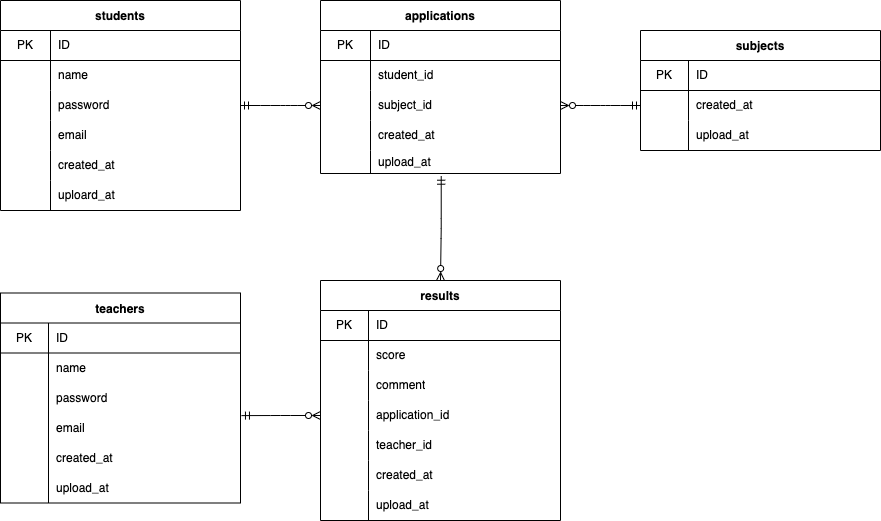
This is index.drawio.png from nishimura87/20220731nishimura, a draw.io export, as it was before one commit. Source tidied: cells renumbered, new cells last; positions are measured from the earlier drawing's top-left corner, leaving out a move shared by most shapes.
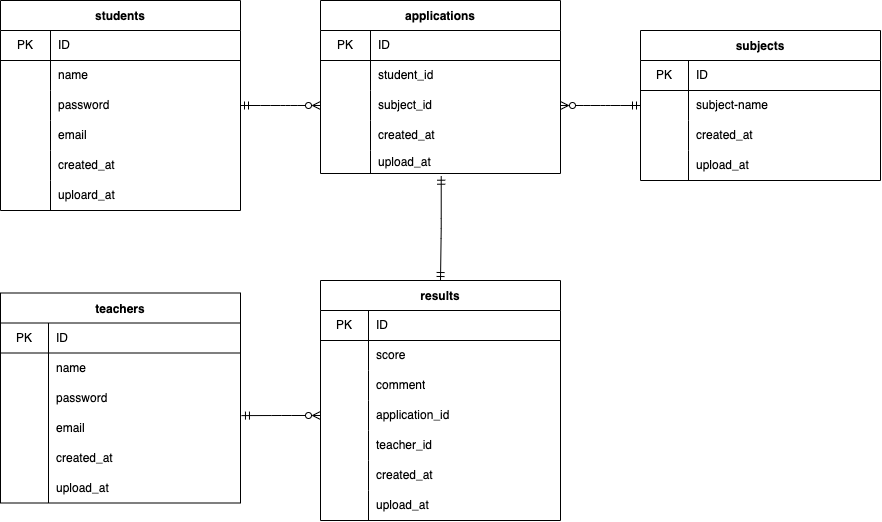
Later version of the same file.

Change to the diagram source:
```diff
@@ -172,7 +172,7 @@
         <mxPoint x="640" y="105" as="targetPoint" />
       </mxGeometry>
     </mxCell>
-    <mxCell id="58" style="edgeStyle=elbowEdgeStyle;html=1;startArrow=ERmandOne;startFill=0;endArrow=ERzeroToMany;endFill=0;exitX=0.503;exitY=1.118;exitDx=0;exitDy=0;exitPerimeter=0;entryX=0.5;entryY=0;entryDx=0;entryDy=0;elbow=vertical;" parent="1" edge="1" source="34" target="59">
+    <mxCell id="58" style="edgeStyle=elbowEdgeStyle;html=1;startArrow=ERmandOne;startFill=0;endArrow=ERmandOne;endFill=0;exitX=0.503;exitY=1.118;exitDx=0;exitDy=0;exitPerimeter=0;entryX=0.5;entryY=0;entryDx=0;entryDy=0;elbow=vertical;" parent="1" edge="1" source="34" target="59">
       <mxGeometry relative="1" as="geometry" />
     </mxCell>
     <mxCell id="59" value="results" style="shape=table;startSize=30;rowLines=0;fontStyle=1;align=center;" parent="1" vertex="1">
@@ -245,7 +245,7 @@
       <mxGeometry relative="1" as="geometry" />
     </mxCell>
     <mxCell id="82" value="subjects" style="shape=table;startSize=30;rowLines=0;fontStyle=1;align=center;" parent="1" vertex="1">
-      <mxGeometry x="640" y="30" width="240" height="120" as="geometry" />
+      <mxGeometry x="640" y="30" width="240" height="150" as="geometry" />
     </mxCell>
     <mxCell id="83" style="shape=partialRectangle;html=1;whiteSpace=wrap;fillColor=none;top=0;left=0;bottom=1;right=0;" parent="82" vertex="1">
       <mxGeometry y="30" width="240" height="30" as="geometry" />
@@ -256,8 +256,17 @@
     <mxCell id="85" value="ID" style="shape=partialRectangle;html=1;whiteSpace=wrap;fillColor=none;top=0;left=0;bottom=0;right=0;align=left;spacingLeft=6;overflow=hidden;" parent="83" vertex="1">
       <mxGeometry x="48" width="192" height="30" as="geometry" />
     </mxCell>
+    <mxCell id="92" style="shape=partialRectangle;html=1;whiteSpace=wrap;fillColor=none;top=0;left=0;bottom=0;right=0;" parent="82" vertex="1">
+      <mxGeometry y="60" width="240" height="30" as="geometry" />
+    </mxCell>
+    <mxCell id="93" style="shape=partialRectangle;html=1;whiteSpace=wrap;fillColor=none;top=0;left=0;bottom=0;right=0;overflow=hidden;" parent="92" vertex="1">
+      <mxGeometry width="48" height="30" as="geometry" />
+    </mxCell>
+    <mxCell id="94" value="subject-name" style="shape=partialRectangle;html=1;whiteSpace=wrap;fillColor=none;top=0;left=0;bottom=0;right=0;align=left;spacingLeft=6;overflow=hidden;" parent="92" vertex="1">
+      <mxGeometry x="48" width="192" height="30" as="geometry" />
+    </mxCell>
     <mxCell id="86" style="shape=partialRectangle;html=1;whiteSpace=wrap;fillColor=none;top=0;left=0;bottom=0;right=0;" parent="82" vertex="1">
-      <mxGeometry y="60" width="240" height="30" as="geometry" />
+      <mxGeometry y="90" width="240" height="30" as="geometry" />
     </mxCell>
     <mxCell id="87" style="shape=partialRectangle;html=1;whiteSpace=wrap;fillColor=none;top=0;left=0;bottom=0;right=0;overflow=hidden;" parent="86" vertex="1">
       <mxGeometry width="48" height="30" as="geometry" />
@@ -266,7 +275,7 @@
       <mxGeometry x="48" width="192" height="30" as="geometry" />
     </mxCell>
     <mxCell id="89" style="shape=partialRectangle;html=1;whiteSpace=wrap;fillColor=none;top=0;left=0;bottom=0;right=0;" parent="82" vertex="1">
-      <mxGeometry y="90" width="240" height="30" as="geometry" />
+      <mxGeometry y="120" width="240" height="30" as="geometry" />
     </mxCell>
     <mxCell id="90" style="shape=partialRectangle;html=1;whiteSpace=wrap;fillColor=none;top=0;left=0;bottom=0;right=0;overflow=hidden;" parent="89" vertex="1">
       <mxGeometry width="48" height="30" as="geometry" />
```
